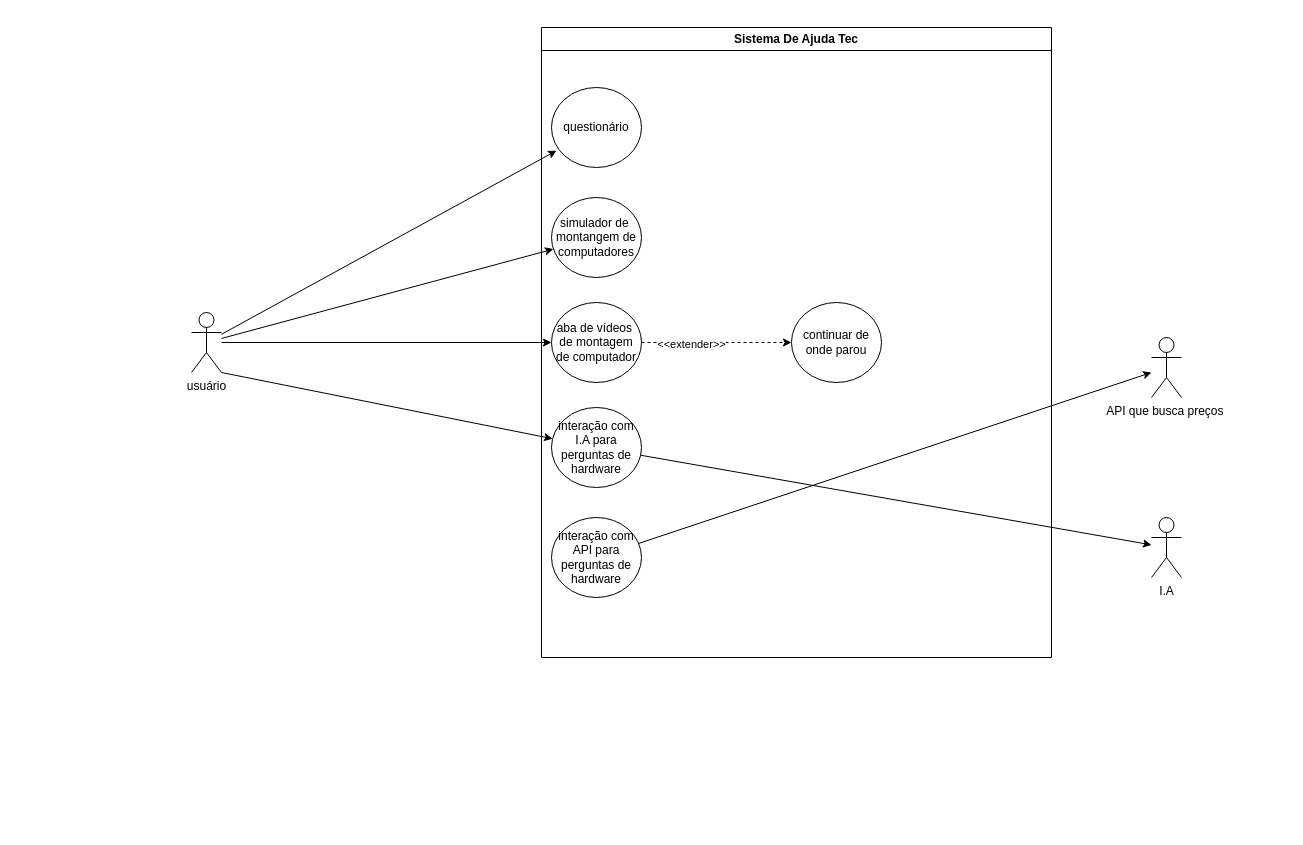
This is page "Page-9" (9 of 9) of Diagrama sem nome.drawio from devguina/CEFET-Software_Engineering, a draw.io file, before an edit. Source tidied: cells renumbered, new cells numbered last; positions are measured from the earlier drawing's top-left corner, leaving out a move shared by most shapes. Both pictures are drawn from the tidied source at 100%, with x=0, y=0 at pixel (191, 27).
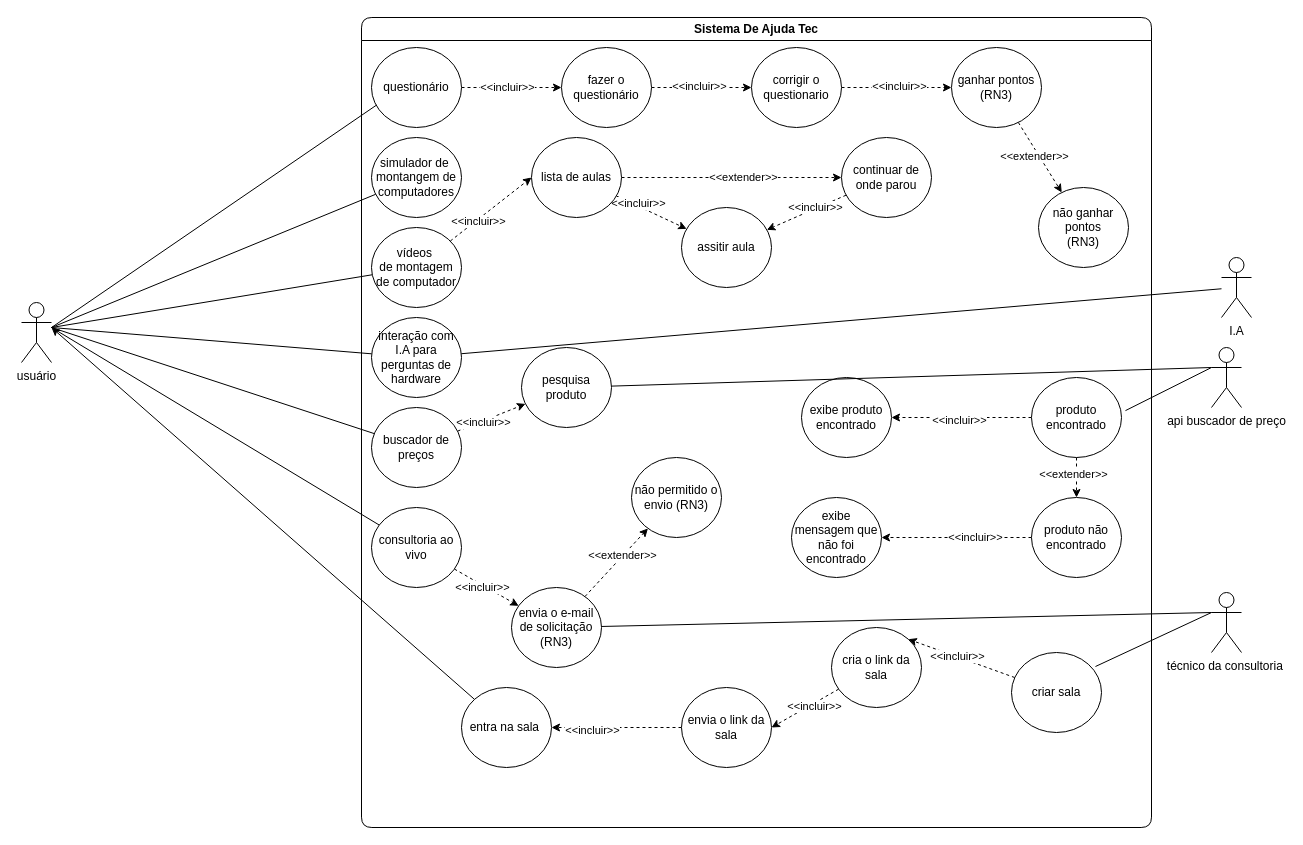
Above is the later version.

What changed in the source:
```diff
@@
-    <mxCell id="2" value="Sistema De Ajuda Tec" style="swimlane;whiteSpace=wrap;html=1;" parent="1" vertex="1">
-      <mxGeometry x="350" width="510" height="630" as="geometry" />
+    <mxCell id="2" value="Sistema De Ajuda Tec" style="swimlane;whiteSpace=wrap;html=1;rounded=1;" parent="1" vertex="1">
+      <mxGeometry x="170" y="-10" width="790" height="810" as="geometry" />
     </mxCell>
+    <mxCell id="22" style="edgeStyle=orthogonalEdgeStyle;rounded=0;jettySize=auto;html=1;dashed=1;" parent="2" edge="1" source="3" target="30">
+      <mxGeometry relative="1" as="geometry" />
+    </mxCell>
+    <mxCell id="23" value="&amp;lt;&amp;lt;incluir&amp;gt;&amp;gt;" style="edgeLabel;html=1;align=center;verticalAlign=middle;" parent="22" vertex="1">
+      <mxGeometry x="-0.1" y="1" relative="1" as="geometry" />
+    </mxCell>
     <mxCell id="3" value="questionário" style="ellipse;whiteSpace=wrap;html=1;" parent="2" vertex="1">
-      <mxGeometry x="10" y="60" width="90" height="80" as="geometry" />
+      <mxGeometry x="10" y="30" width="90" height="80" as="geometry" />
     </mxCell>
     <mxCell id="4" value="simulador de&amp;nbsp;&lt;div&gt;montangem de&lt;/div&gt;&lt;div&gt;computadores&lt;/div&gt;" style="ellipse;whiteSpace=wrap;html=1;" parent="2" vertex="1">
-      <mxGeometry x="10" y="170" width="90" height="80" as="geometry" />
+      <mxGeometry x="10" y="120" width="90" height="80" as="geometry" />
     </mxCell>
-    <mxCell id="5" value="aba de vídeos&amp;nbsp;&lt;div&gt;de montagem de computador&lt;/div&gt;" style="ellipse;whiteSpace=wrap;html=1;" parent="2" vertex="1">
-      <mxGeometry x="10" y="275" width="90" height="80" as="geometry" />
+    <mxCell id="5" value="vídeos&amp;nbsp;&lt;div&gt;de montagem de computador&lt;/div&gt;" style="ellipse;whiteSpace=wrap;html=1;" parent="2" vertex="1">
+      <mxGeometry x="10" y="210" width="90" height="80" as="geometry" />
     </mxCell>
+    <mxCell id="24" style="rounded=0;jettySize=auto;html=1;dashed=1;" parent="2" edge="1" source="6" target="41">
+      <mxGeometry relative="1" as="geometry" />
+    </mxCell>
+    <mxCell id="25" value="&amp;lt;&amp;lt;extender&amp;gt;&amp;gt;" style="edgeLabel;html=1;align=center;verticalAlign=middle;" parent="24" vertex="1">
+      <mxGeometry x="0.1" y="1" relative="1" as="geometry" />
+    </mxCell>
+    <mxCell id="26" style="rounded=0;jettySize=auto;html=1;dashed=1;" parent="2" edge="1" source="6" target="38">
+      <mxGeometry relative="1" as="geometry" />
+    </mxCell>
+    <mxCell id="27" value="&amp;lt;&amp;lt;incluir&amp;gt;&amp;gt;" style="edgeLabel;html=1;align=center;verticalAlign=middle;" parent="26" vertex="1">
+      <mxGeometry x="-0.44" y="3" relative="1" as="geometry" />
+    </mxCell>
-    <mxCell id="6" value="continuar de onde parou" style="ellipse;whiteSpace=wrap;html=1;" parent="2" vertex="1">
-      <mxGeometry x="250" y="275" width="90" height="80" as="geometry" />
+    <mxCell id="6" value="lista de aulas" style="ellipse;whiteSpace=wrap;html=1;" parent="2" vertex="1">
+      <mxGeometry x="170" y="120" width="90" height="80" as="geometry" />
     </mxCell>
-    <mxCell id="7" style="edgeStyle=orthogonalEdgeStyle;rounded=0;jettySize=auto;html=1;entryX=0;entryY=0.5;entryDx=0;entryDy=0;dashed=1;" parent="2" edge="1" source="5" target="6">
+    <mxCell id="7" style="rounded=0;jettySize=auto;html=1;entryX=0;entryY=0.5;entryDx=0;entryDy=0;dashed=1;" parent="2" edge="1" source="5" target="6">
       <mxGeometry relative="1" as="geometry" />
     </mxCell>
@@
-    <mxCell id="10" value="&amp;lt;&amp;lt;extender&amp;gt;&amp;gt;" style="edgeLabel;html=1;align=center;verticalAlign=middle;" parent="7" vertex="1">
+    <mxCell id="10" value="&amp;lt;&amp;lt;incluir&amp;gt;&amp;gt;" style="edgeLabel;html=1;align=center;verticalAlign=middle;" parent="7" vertex="1">
       <mxGeometry x="-0.35" y="-1" relative="1" as="geometry" />
     </mxCell>
     <mxCell id="11" value="interação com I.A para perguntas de hardware" style="ellipse;whiteSpace=wrap;html=1;" parent="2" vertex="1">
-      <mxGeometry x="10" y="380" width="90" height="80" as="geometry" />
+      <mxGeometry x="10" y="300" width="90" height="80" as="geometry" />
     </mxCell>
-    <mxCell id="12" value="interação com API para perguntas de hardware" style="ellipse;whiteSpace=wrap;html=1;" parent="2" vertex="1">
-      <mxGeometry x="10" y="490" width="90" height="80" as="geometry" />
-    </mxCell>
-    <mxCell id="13" value="API que busca preços&amp;nbsp;" style="shape=umlActor;verticalLabelPosition=bottom;verticalAlign=top;html=1;outlineConnect=0;" parent="1" vertex="1">
-      <mxGeometry x="960" y="310" width="30" height="60" as="geometry" />
-    </mxCell>
+    <mxCell id="28" style="edgeStyle=orthogonalEdgeStyle;rounded=0;jettySize=auto;html=1;dashed=1;" parent="2" edge="1" source="30" target="33">
+      <mxGeometry relative="1" as="geometry" />
+    </mxCell>
+    <mxCell id="29" value="&amp;lt;&amp;lt;incluir&amp;gt;&amp;gt;" style="edgeLabel;html=1;align=center;verticalAlign=middle;" parent="28" vertex="1">
+      <mxGeometry x="-0.06" y="2" relative="1" as="geometry" />
+    </mxCell>
+    <mxCell id="30" value="fazer o questionário" style="ellipse;whiteSpace=wrap;html=1;" parent="2" vertex="1">
+      <mxGeometry x="200" y="30" width="90" height="80" as="geometry" />
+    </mxCell>
+    <mxCell id="31" style="edgeStyle=orthogonalEdgeStyle;rounded=0;jettySize=auto;html=1;dashed=1;" parent="2" edge="1" source="33" target="36">
+      <mxGeometry relative="1" as="geometry" />
+    </mxCell>
+    <mxCell id="32" value="&amp;lt;&amp;lt;incluir&amp;gt;&amp;gt;" style="edgeLabel;html=1;align=center;verticalAlign=middle;" parent="31" vertex="1">
+      <mxGeometry x="0.04" y="2" relative="1" as="geometry" />
+    </mxCell>
+    <mxCell id="33" value="corrigir o questionario" style="ellipse;whiteSpace=wrap;html=1;" parent="2" vertex="1">
+      <mxGeometry x="390" y="30" width="90" height="80" as="geometry" />
+    </mxCell>
+    <mxCell id="34" style="rounded=0;jettySize=auto;html=1;dashed=1;" parent="2" edge="1" source="36" target="37">
+      <mxGeometry relative="1" as="geometry" />
+    </mxCell>
+    <mxCell id="35" value="&amp;lt;&amp;lt;extender&amp;gt;&amp;gt;" style="edgeLabel;html=1;align=center;verticalAlign=middle;" parent="34" vertex="1">
+      <mxGeometry x="-0.09" y="-4" relative="1" as="geometry" />
+    </mxCell>
+    <mxCell id="36" value="ganhar pontos&lt;div&gt;(RN3)&lt;/div&gt;" style="ellipse;whiteSpace=wrap;html=1;" parent="2" vertex="1">
+      <mxGeometry x="590" y="30" width="90" height="80" as="geometry" />
+    </mxCell>
+    <mxCell id="37" value="não ganhar pontos&lt;div&gt;(RN3)&lt;br&gt;&lt;/div&gt;" style="ellipse;whiteSpace=wrap;html=1;" parent="2" vertex="1">
+      <mxGeometry x="677" y="170" width="90" height="80" as="geometry" />
+    </mxCell>
+    <mxCell id="38" value="assitir aula" style="ellipse;whiteSpace=wrap;html=1;" parent="2" vertex="1">
+      <mxGeometry x="320" y="190" width="90" height="80" as="geometry" />
+    </mxCell>
+    <mxCell id="39" style="rounded=0;jettySize=auto;html=1;dashed=1;" parent="2" edge="1" source="41" target="38">
+      <mxGeometry relative="1" as="geometry" />
+    </mxCell>
+    <mxCell id="40" value="&amp;lt;&amp;lt;incluir&amp;gt;&amp;gt;" style="edgeLabel;html=1;align=center;verticalAlign=middle;" parent="39" vertex="1">
+      <mxGeometry x="-0.24" y="-2" relative="1" as="geometry" />
+    </mxCell>
+    <mxCell id="41" value="continuar de onde parou" style="ellipse;whiteSpace=wrap;html=1;" parent="2" vertex="1">
+      <mxGeometry x="480" y="120" width="90" height="80" as="geometry" />
+    </mxCell>
+    <mxCell id="42" style="rounded=0;jettySize=auto;html=1;endArrow=none;endFill=0;" parent="2" edge="1" target="45">
+      <mxGeometry relative="1" as="geometry">
+        <mxPoint x="-310" y="310" as="sourcePoint" />
+      </mxGeometry>
+    </mxCell>
+    <mxCell id="43" style="rounded=0;jettySize=auto;html=1;dashed=1;" parent="2" edge="1" source="45" target="49">
+      <mxGeometry relative="1" as="geometry" />
+    </mxCell>
+    <mxCell id="44" value="&amp;lt;&amp;lt;incluir&amp;gt;&amp;gt;" style="edgeLabel;html=1;align=center;verticalAlign=middle;" parent="43" vertex="1">
+      <mxGeometry x="-0.27" y="-1" relative="1" as="geometry" />
+    </mxCell>
+    <mxCell id="45" value="buscador de preços" style="ellipse;whiteSpace=wrap;html=1;" parent="2" vertex="1">
+      <mxGeometry x="10" y="390" width="90" height="80" as="geometry" />
+    </mxCell>
+    <mxCell id="46" style="rounded=0;jettySize=auto;html=1;dashed=1;" parent="2" edge="1" source="48" target="62">
+      <mxGeometry relative="1" as="geometry" />
+    </mxCell>
+    <mxCell id="47" value="&amp;lt;&amp;lt;incluir&amp;gt;&amp;gt;" style="edgeLabel;html=1;align=center;verticalAlign=middle;" parent="46" vertex="1">
+      <mxGeometry x="-0.12" y="-3" relative="1" as="geometry">
+        <mxPoint y="-1" as="offset" />
+      </mxGeometry>
+    </mxCell>
+    <mxCell id="48" value="consultoria ao vivo" style="ellipse;whiteSpace=wrap;html=1;" parent="2" vertex="1">
+      <mxGeometry x="10" y="490" width="90" height="80" as="geometry" />
+    </mxCell>
+    <mxCell id="49" value="pesquisa produto" style="ellipse;whiteSpace=wrap;html=1;" parent="2" vertex="1">
+      <mxGeometry x="160" y="330" width="90" height="80" as="geometry" />
+    </mxCell>
+    <mxCell id="50" style="rounded=0;jettySize=auto;html=1;dashed=1;" parent="2" edge="1" source="54" target="57">
+      <mxGeometry relative="1" as="geometry" />
+    </mxCell>
+    <mxCell id="51" value="&amp;lt;&amp;lt;extender&amp;gt;&amp;gt;" style="edgeLabel;html=1;align=center;verticalAlign=middle;" parent="50" vertex="1">
+      <mxGeometry x="-0.2" y="-4" relative="1" as="geometry" />
+    </mxCell>
+    <mxCell id="52" style="edgeStyle=orthogonalEdgeStyle;rounded=0;jettySize=auto;html=1;entryX=1;entryY=0.5;entryDx=0;entryDy=0;dashed=1;" parent="2" edge="1" source="54" target="59">
+      <mxGeometry relative="1" as="geometry" />
+    </mxCell>
+    <mxCell id="53" value="&amp;lt;&amp;lt;incluir&amp;gt;&amp;gt;" style="edgeLabel;html=1;align=center;verticalAlign=middle;" parent="52" vertex="1">
+      <mxGeometry x="0.04" y="3" relative="1" as="geometry">
+        <mxPoint y="-1" as="offset" />
+      </mxGeometry>
+    </mxCell>
+    <mxCell id="54" value="produto encontrado" style="ellipse;whiteSpace=wrap;html=1;" parent="2" vertex="1">
+      <mxGeometry x="670" y="360" width="90" height="80" as="geometry" />
+    </mxCell>
+    <mxCell id="55" style="edgeStyle=orthogonalEdgeStyle;rounded=0;jettySize=auto;html=1;dashed=1;" parent="2" edge="1" source="57" target="58">
+      <mxGeometry relative="1" as="geometry" />
+    </mxCell>
+    <mxCell id="56" value="&amp;lt;&amp;lt;incluir&amp;gt;&amp;gt;" style="edgeLabel;html=1;align=center;verticalAlign=middle;" parent="55" vertex="1">
+      <mxGeometry x="-0.24" y="-1" relative="1" as="geometry" />
+    </mxCell>
+    <mxCell id="57" value="produto não encontrado" style="ellipse;whiteSpace=wrap;html=1;" parent="2" vertex="1">
+      <mxGeometry x="670" y="480" width="90" height="80" as="geometry" />
+    </mxCell>
+    <mxCell id="58" value="exibe mensagem que não foi encontrado" style="ellipse;whiteSpace=wrap;html=1;" parent="2" vertex="1">
+      <mxGeometry x="430" y="480" width="90" height="80" as="geometry" />
+    </mxCell>
+    <mxCell id="59" value="exibe produto encontrado" style="ellipse;whiteSpace=wrap;html=1;" parent="2" vertex="1">
+      <mxGeometry x="440" y="360" width="90" height="80" as="geometry" />
+    </mxCell>
+    <mxCell id="60" style="rounded=0;jettySize=auto;html=1;dashed=1;" parent="2" edge="1" source="62" target="63">
+      <mxGeometry relative="1" as="geometry" />
+    </mxCell>
+    <mxCell id="61" value="&amp;lt;&amp;lt;extender&amp;gt;&amp;gt;" style="edgeLabel;html=1;align=center;verticalAlign=middle;" parent="60" vertex="1">
+      <mxGeometry x="0.21" y="1" relative="1" as="geometry" />
+    </mxCell>
+    <mxCell id="62" value="envia o e-mail de solicitação&lt;div&gt;(RN3)&lt;/div&gt;" style="ellipse;whiteSpace=wrap;html=1;" parent="2" vertex="1">
+      <mxGeometry x="150" y="570" width="90" height="80" as="geometry" />
+    </mxCell>
+    <mxCell id="63" value="não permitido o envio (RN3)" style="ellipse;whiteSpace=wrap;html=1;" parent="2" vertex="1">
+      <mxGeometry x="270" y="440" width="90" height="80" as="geometry" />
+    </mxCell>
+    <mxCell id="64" style="rounded=0;jettySize=auto;html=1;entryX=1;entryY=0;entryDx=0;entryDy=0;dashed=1;" parent="2" edge="1" source="66" target="69">
+      <mxGeometry relative="1" as="geometry" />
+    </mxCell>
+    <mxCell id="65" value="&amp;lt;&amp;lt;incluir&amp;gt;&amp;gt;" style="edgeLabel;html=1;align=center;verticalAlign=middle;" parent="64" vertex="1">
+      <mxGeometry x="0.1" y="-2" relative="1" as="geometry">
+        <mxPoint y="1" as="offset" />
+      </mxGeometry>
+    </mxCell>
+    <mxCell id="66" value="criar sala" style="ellipse;whiteSpace=wrap;html=1;" parent="2" vertex="1">
+      <mxGeometry x="650" y="635" width="90" height="80" as="geometry" />
+    </mxCell>
+    <mxCell id="67" style="rounded=0;jettySize=auto;html=1;entryX=1;entryY=0.5;entryDx=0;entryDy=0;dashed=1;" parent="2" edge="1" source="69" target="72">
+      <mxGeometry relative="1" as="geometry" />
+    </mxCell>
+    <mxCell id="68" value="&amp;lt;&amp;lt;incluir&amp;gt;&amp;gt;" style="edgeLabel;html=1;align=center;verticalAlign=middle;" parent="67" vertex="1">
+      <mxGeometry x="-0.23" y="2" relative="1" as="geometry" />
+    </mxCell>
+    <mxCell id="69" value="cria o link da sala" style="ellipse;whiteSpace=wrap;html=1;" parent="2" vertex="1">
+      <mxGeometry x="470" y="610" width="90" height="80" as="geometry" />
+    </mxCell>
+    <mxCell id="70" style="rounded=0;jettySize=auto;html=1;entryX=1;entryY=0.5;entryDx=0;entryDy=0;dashed=1;" parent="2" edge="1" source="72" target="74">
+      <mxGeometry relative="1" as="geometry" />
+    </mxCell>
+    <mxCell id="71" value="&amp;lt;&amp;lt;incluir&amp;gt;&amp;gt;" style="edgeLabel;html=1;align=center;verticalAlign=middle;" parent="70" vertex="1">
+      <mxGeometry x="0.39" y="2" relative="1" as="geometry" />
+    </mxCell>
+    <mxCell id="72" value="envia o link da sala" style="ellipse;whiteSpace=wrap;html=1;" parent="2" vertex="1">
+      <mxGeometry x="320" y="670" width="90" height="80" as="geometry" />
+    </mxCell>
+    <mxCell id="73" style="rounded=0;jettySize=auto;html=1;" parent="2" edge="1" source="74">
+      <mxGeometry relative="1" as="geometry">
+        <mxPoint x="-310" y="310" as="targetPoint" />
+      </mxGeometry>
+    </mxCell>
+    <mxCell id="74" value="entra na sala&amp;nbsp;" style="ellipse;whiteSpace=wrap;html=1;" parent="2" vertex="1">
+      <mxGeometry x="100" y="670" width="90" height="80" as="geometry" />
+    </mxCell>
     <mxCell id="14" value="I.A" style="shape=umlActor;verticalLabelPosition=bottom;verticalAlign=top;html=1;outlineConnect=0;" parent="1" vertex="1">
-      <mxGeometry x="960" y="490" width="30" height="60" as="geometry" />
+      <mxGeometry x="1030" y="230" width="30" height="60" as="geometry" />
     </mxCell>
-    <mxCell id="15" style="rounded=0;jettySize=auto;html=1;exitX=1;exitY=1;exitDx=0;exitDy=0;exitPerimeter=0;" parent="1" edge="1" source="18" target="11">
-      <mxGeometry relative="1" as="geometry" />
+    <mxCell id="15" style="rounded=0;jettySize=auto;html=1;endArrow=none;endFill=0;" parent="1" edge="1" target="11">
+      <mxGeometry relative="1" as="geometry">
+        <mxPoint x="-140" y="300" as="sourcePoint" />
+      </mxGeometry>
     </mxCell>
-    <mxCell id="16" style="edgeStyle=orthogonalEdgeStyle;rounded=0;jettySize=auto;html=1;" parent="1" edge="1" source="18" target="5">
-      <mxGeometry relative="1" as="geometry" />
+    <mxCell id="16" style="rounded=0;jettySize=auto;html=1;endArrow=none;endFill=0;" parent="1" edge="1" target="5">
+      <mxGeometry relative="1" as="geometry">
+        <mxPoint x="-140" y="300" as="sourcePoint" />
+      </mxGeometry>
     </mxCell>
-    <mxCell id="17" style="rounded=0;jettySize=auto;html=1;" parent="1" edge="1" source="18" target="4">
-      <mxGeometry relative="1" as="geometry" />
+    <mxCell id="17" style="rounded=0;jettySize=auto;html=1;endArrow=none;endFill=0;" parent="1" edge="1" target="4">
+      <mxGeometry relative="1" as="geometry">
+        <mxPoint x="-140" y="300" as="sourcePoint" />
+      </mxGeometry>
     </mxCell>
     <mxCell id="18" value="usuário" style="shape=umlActor;verticalLabelPosition=bottom;verticalAlign=top;html=1;outlineConnect=0;" parent="1" vertex="1">
-      <mxGeometry y="285" width="30" height="60" as="geometry" />
+      <mxGeometry x="-170" y="275" width="30" height="60" as="geometry" />
     </mxCell>
-    <mxCell id="19" style="rounded=0;jettySize=auto;html=1;entryX=0.056;entryY=0.789;entryDx=0;entryDy=0;entryPerimeter=0;" parent="1" edge="1" source="18" target="3">
-      <mxGeometry relative="1" as="geometry" />
+    <mxCell id="19" style="rounded=0;orthogonalLoop=1;jettySize=auto;html=1;entryX=0.056;entryY=0.789;entryDx=0;entryDy=0;entryPerimeter=0;endArrow=none;endFill=0;" parent="1" edge="1">
+      <mxGeometry relative="1" as="geometry">
+        <mxPoint x="-140" y="300" as="sourcePoint" />
+        <mxPoint x="185" y="77.6" as="targetPoint" />
+      </mxGeometry>
     </mxCell>
-    <mxCell id="20" style="rounded=0;jettySize=auto;html=1;" parent="1" edge="1" source="11" target="14">
+    <mxCell id="20" style="rounded=0;jettySize=auto;html=1;endArrow=none;endFill=0;" parent="1" edge="1" source="11" target="14">
       <mxGeometry relative="1" as="geometry" />
     </mxCell>
-    <mxCell id="21" style="rounded=0;jettySize=auto;html=1;" parent="1" edge="1" source="12" target="13">
-      <mxGeometry relative="1" as="geometry" />
-    </mxCell>
+    <mxCell id="75" style="rounded=0;jettySize=auto;html=1;endArrow=none;endFill=0;" parent="1" edge="1" target="48">
+      <mxGeometry relative="1" as="geometry">
+        <mxPoint x="-140" y="300" as="sourcePoint" />
+      </mxGeometry>
+    </mxCell>
+    <mxCell id="76" value="api buscador de preço" style="shape=umlActor;verticalLabelPosition=bottom;verticalAlign=top;html=1;outlineConnect=0;" parent="1" vertex="1">
+      <mxGeometry x="1020" y="320" width="30" height="60" as="geometry" />
+    </mxCell>
+    <mxCell id="77" style="rounded=0;jettySize=auto;html=1;entryX=1.044;entryY=0.414;entryDx=0;entryDy=0;entryPerimeter=0;endArrow=none;endFill=0;" parent="1" edge="1" target="54">
+      <mxGeometry relative="1" as="geometry">
+        <mxPoint x="1020" y="340" as="sourcePoint" />
+      </mxGeometry>
+    </mxCell>
+    <mxCell id="78" style="rounded=0;jettySize=auto;html=1;entryX=0;entryY=0.3333333333333333;entryDx=0;entryDy=0;entryPerimeter=0;endArrow=none;endFill=0;" parent="1" edge="1" source="49" target="76">
+      <mxGeometry relative="1" as="geometry" />
+    </mxCell>
+    <mxCell id="79" value="técnico da consultoria&amp;nbsp;" style="shape=umlActor;verticalLabelPosition=bottom;verticalAlign=top;html=1;outlineConnect=0;" parent="1" vertex="1">
+      <mxGeometry x="1020" y="565" width="30" height="60" as="geometry" />
+    </mxCell>
+    <mxCell id="80" style="rounded=0;jettySize=auto;html=1;entryX=0;entryY=0.3333333333333333;entryDx=0;entryDy=0;entryPerimeter=0;endArrow=none;endFill=0;" parent="1" edge="1" source="62" target="79">
+      <mxGeometry relative="1" as="geometry" />
+    </mxCell>
+    <mxCell id="81" style="rounded=0;jettySize=auto;html=1;entryX=0.933;entryY=0.175;entryDx=0;entryDy=0;entryPerimeter=0;exitX=0;exitY=0.3333333333333333;exitDx=0;exitDy=0;exitPerimeter=0;endArrow=none;endFill=0;" parent="1" edge="1" source="79" target="66">
+      <mxGeometry relative="1" as="geometry" />
+    </mxCell>
```
